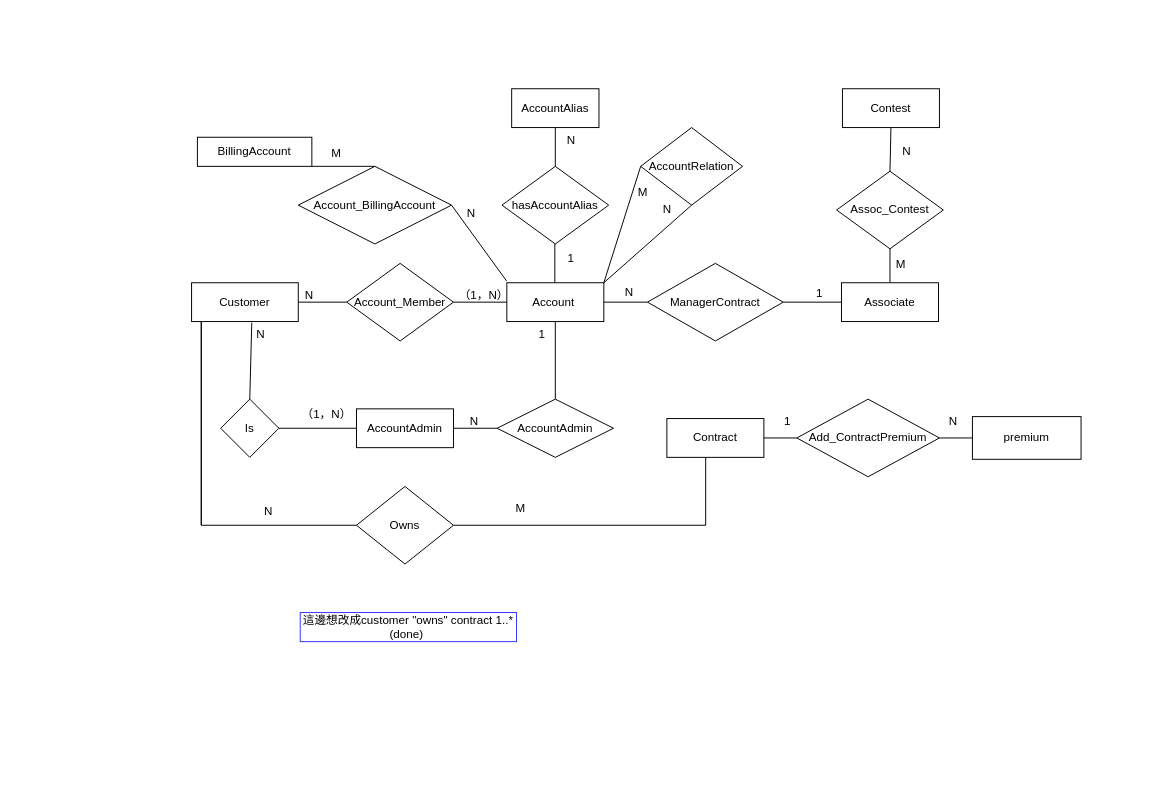
HanquanL/c_practices keeps this draw.io diagram as page "Page-1" (1 of 2) of dsm-project-p1.drawio. Above is the earlier version. Source tidied: cells renumbered, new cells numbered last; positions are measured from the earlier drawing's top-left corner, leaving out a move shared by most shapes. Both pictures are drawn from the tidied source at 97%, with x=0, y=0 at pixel (191, 88).
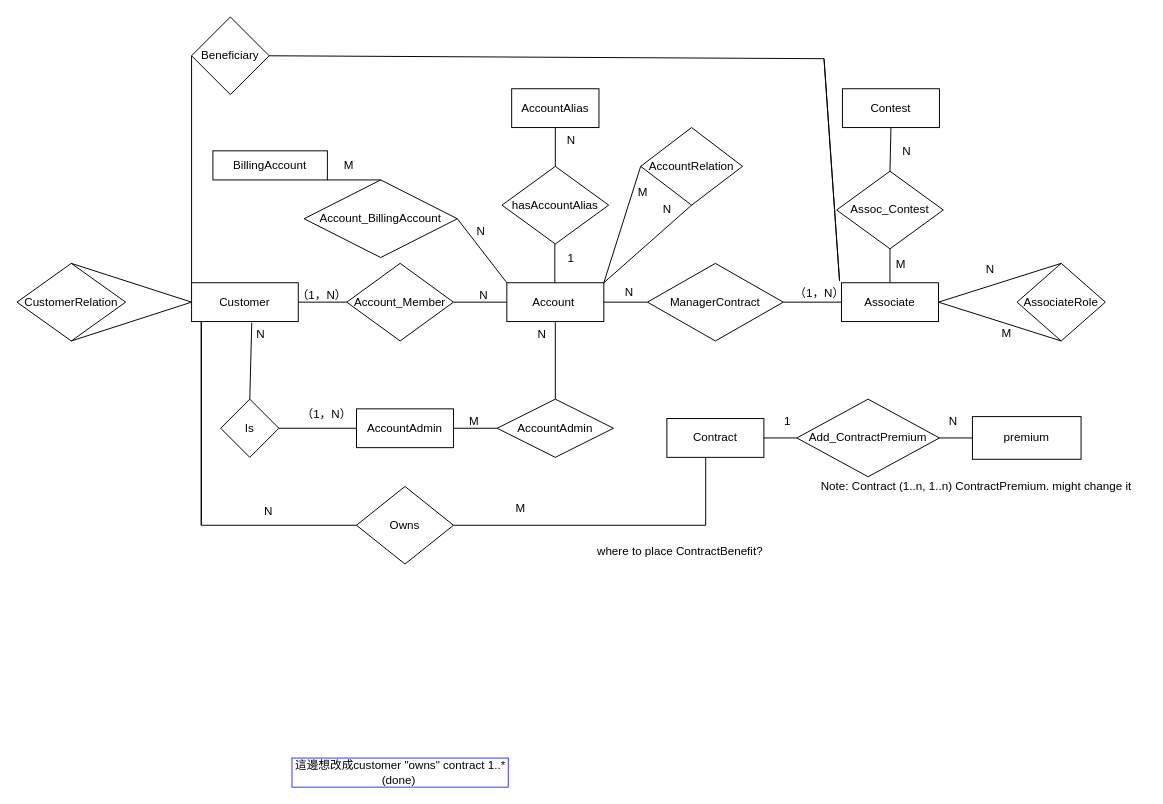
Above is the later version.

The change refers to these unchanged cells:
```xml
<mxCell id="2" value="Account&amp;nbsp;" style="rounded=0;whiteSpace=wrap;html=1;" parent="1" vertex="1">
  <mxGeometry x="325" y="200" width="100" height="40" as="geometry" />
</mxCell>
<mxCell id="3" value="Customer" style="rounded=0;whiteSpace=wrap;html=1;" parent="1" vertex="1">
  <mxGeometry y="200" width="110" height="40" as="geometry" />
</mxCell>
<mxCell id="26" value="Associate" style="rounded=0;whiteSpace=wrap;html=1;" parent="1" vertex="1">
  <mxGeometry x="670" y="200" width="100" height="40" as="geometry" />
</mxCell>
```

The edit, as a diff of the source:
```diff
@@
-    <mxCell id="7" value="（1，N）" style="text;html=1;align=center;verticalAlign=middle;points=[];strokeColor=none;fillColor=none;" parent="1" vertex="1">
-      <mxGeometry x="266" y="200" width="69" height="26" as="geometry" />
+    <mxCell id="7" value="N" style="text;html=1;align=center;verticalAlign=middle;points=[];strokeColor=none;fillColor=none;" parent="1" vertex="1">
+      <mxGeometry x="287" y="200" width="27" height="26" as="geometry" />
     </mxCell>
-    <mxCell id="8" value="N" style="text;html=1;align=center;verticalAlign=middle;strokeColor=none;fillColor=none;" parent="1" vertex="1">
-      <mxGeometry x="107" y="200" width="27" height="26" as="geometry" />
+    <mxCell id="8" value="（1，N）" style="text;html=1;align=center;verticalAlign=middle;strokeColor=none;fillColor=none;" parent="1" vertex="1">
+      <mxGeometry x="99" y="200" width="69" height="26" as="geometry" />
     </mxCell>
@@
-    <mxCell id="18" value="N" style="text;html=1;align=center;verticalAlign=middle;strokeColor=none;fillColor=none;" parent="1" vertex="1">
-      <mxGeometry x="277" y="330" width="27" height="26" as="geometry" />
+    <mxCell id="18" value="M" style="text;html=1;align=center;verticalAlign=middle;strokeColor=none;fillColor=none;" parent="1" vertex="1">
+      <mxGeometry x="277" y="330" width="28" height="26" as="geometry" />
     </mxCell>
-    <mxCell id="19" value="1" style="text;html=1;align=center;verticalAlign=middle;strokeColor=none;fillColor=none;" parent="1" vertex="1">
-      <mxGeometry x="348" y="240" width="25" height="26" as="geometry" />
+    <mxCell id="19" value="N" style="text;html=1;align=center;verticalAlign=middle;strokeColor=none;fillColor=none;" parent="1" vertex="1">
+      <mxGeometry x="347" y="240" width="27" height="26" as="geometry" />
     </mxCell>
@@
     <mxCell id="37" value="這邊想改成customer &quot;owns&quot; contract 1..* (done)&amp;nbsp;" style="text;html=1;align=center;verticalAlign=middle;whiteSpace=wrap;rounded=0;strokeColor=#3333FF;" parent="1" vertex="1">
-      <mxGeometry x="112" y="540" width="223" height="30" as="geometry" />
+      <mxGeometry x="103.5" y="690" width="223" height="30" as="geometry" />
     </mxCell>
-    <mxCell id="38" value="1" style="text;html=1;align=center;verticalAlign=middle;strokeColor=none;fillColor=none;" parent="1" vertex="1">
-      <mxGeometry x="634" y="198" width="25" height="26" as="geometry" />
+    <mxCell id="38" value="（1，N）" style="text;html=1;align=center;verticalAlign=middle;strokeColor=none;fillColor=none;" parent="1" vertex="1">
+      <mxGeometry x="612" y="198" width="69" height="26" as="geometry" />
     </mxCell>
@@
     <mxCell id="42" value="BillingAccount" style="rounded=0;whiteSpace=wrap;html=1;" parent="1" vertex="1">
-      <mxGeometry x="6" y="50" width="118" height="30" as="geometry" />
+      <mxGeometry x="22" y="64" width="118" height="30" as="geometry" />
     </mxCell>
     <mxCell id="43" value="Account_BillingAccount" style="rhombus;whiteSpace=wrap;html=1;" parent="1" vertex="1">
-      <mxGeometry x="110" y="80" width="158" height="80" as="geometry" />
+      <mxGeometry x="116" y="94" width="158" height="80" as="geometry" />
     </mxCell>
@@
-    <mxCell id="45" style="endArrow=none;html=1;rounded=0;entryX=1;entryY=0.5;entryDx=0;entryDy=0;exitX=0.852;exitY=-0.069;exitDx=0;exitDy=0;exitPerimeter=0;" parent="1" edge="1" source="7" target="43">
+    <mxCell id="45" style="endArrow=none;html=1;rounded=0;entryX=1;entryY=0.5;entryDx=0;entryDy=0;exitX=0;exitY=0;exitDx=0;exitDy=0;" parent="1" edge="1" source="2" target="43">
       <mxGeometry relative="1" as="geometry" />
     </mxCell>
     <mxCell id="46" value="M" style="text;html=1;align=center;verticalAlign=middle;strokeColor=none;fillColor=none;" parent="1" vertex="1">
-      <mxGeometry x="135" y="54" width="28" height="26" as="geometry" />
+      <mxGeometry x="148" y="66" width="28" height="26" as="geometry" />
     </mxCell>
     <mxCell id="47" value="N" style="text;html=1;align=center;verticalAlign=middle;strokeColor=none;fillColor=none;" parent="1" vertex="1">
-      <mxGeometry x="274" y="116" width="27" height="26" as="geometry" />
+      <mxGeometry x="284" y="134" width="27" height="26" as="geometry" />
     </mxCell>
@@
+    <mxCell id="62" value="AssociateRole" style="rhombus;whiteSpace=wrap;html=1;" parent="1" vertex="1">
+      <mxGeometry x="851" y="180" width="91" height="80" as="geometry" />
+    </mxCell>
+    <mxCell id="63" style="endArrow=none;html=1;rounded=0;entryX=0.5;entryY=0;entryDx=0;entryDy=0;exitX=1;exitY=0.5;exitDx=0;exitDy=0;" parent="1" edge="1" source="26" target="62">
+      <mxGeometry relative="1" as="geometry" />
+    </mxCell>
+    <mxCell id="64" style="endArrow=none;html=1;rounded=0;entryX=0.5;entryY=1;entryDx=0;entryDy=0;exitX=1;exitY=0.5;exitDx=0;exitDy=0;" parent="1" edge="1" source="26" target="62">
+      <mxGeometry relative="1" as="geometry" />
+    </mxCell>
+    <mxCell id="65" value="N" style="text;html=1;align=center;verticalAlign=middle;strokeColor=none;fillColor=none;" parent="1" vertex="1">
+      <mxGeometry x="809" y="173" width="27" height="26" as="geometry" />
+    </mxCell>
+    <mxCell id="66" value="M" style="text;html=1;align=center;verticalAlign=middle;strokeColor=none;fillColor=none;" parent="1" vertex="1">
+      <mxGeometry x="826" y="239" width="28" height="26" as="geometry" />
+    </mxCell>
+    <mxCell id="67" value="&lt;div&gt;Note: Contract (1..n, 1..n) ContractPremium. might change it&amp;nbsp;&amp;nbsp;&lt;/div&gt;" style="text;html=1;align=center;verticalAlign=middle;strokeColor=none;fillColor=none;" parent="1" vertex="1">
+      <mxGeometry x="639" y="397" width="345" height="26" as="geometry" />
+    </mxCell>
+    <mxCell id="68" value="CustomerRelation" style="rhombus;whiteSpace=wrap;html=1;" parent="1" vertex="1">
+      <mxGeometry x="-180" y="180" width="112" height="80" as="geometry" />
+    </mxCell>
+    <mxCell id="69" style="endArrow=none;html=1;rounded=0;entryX=0.5;entryY=0;entryDx=0;entryDy=0;exitX=0;exitY=0.5;exitDx=0;exitDy=0;" parent="1" edge="1" source="3" target="68">
+      <mxGeometry relative="1" as="geometry" />
+    </mxCell>
+    <mxCell id="70" style="endArrow=none;html=1;rounded=0;entryX=0.5;entryY=1;entryDx=0;entryDy=0;exitX=0;exitY=0.5;exitDx=0;exitDy=0;" parent="1" edge="1" source="3" target="68">
+      <mxGeometry relative="1" as="geometry" />
+    </mxCell>
+    <mxCell id="71" value="where to place ContractBenefit?&amp;nbsp;" style="text;html=1;align=center;verticalAlign=middle;strokeColor=none;fillColor=none;" parent="1" vertex="1">
+      <mxGeometry x="409" y="464" width="192" height="26" as="geometry" />
+    </mxCell>
+    <mxCell id="72" value="Beneficiary" style="rhombus;whiteSpace=wrap;html=1;" parent="1" vertex="1">
+      <mxGeometry y="-74" width="80" height="80" as="geometry" />
+    </mxCell>
+    <mxCell id="73" style="endArrow=none;html=1;rounded=0;entryX=0;entryY=0.5;entryDx=0;entryDy=0;exitX=0;exitY=0;exitDx=0;exitDy=0;" parent="1" edge="1" source="3" target="72">
+      <mxGeometry relative="1" as="geometry" />
+    </mxCell>
+    <mxCell id="74" style="endArrow=none;html=1;rounded=0;entryX=1;entryY=0.5;entryDx=0;entryDy=0;" parent="1" edge="1" target="72">
+      <mxGeometry relative="1" as="geometry">
+        <mxPoint x="652" y="-31" as="sourcePoint" />
+        <Array as="points">
+          <mxPoint x="668" y="198" />
+          <mxPoint x="652" y="-31" />
+        </Array>
+      </mxGeometry>
+    </mxCell>
```
